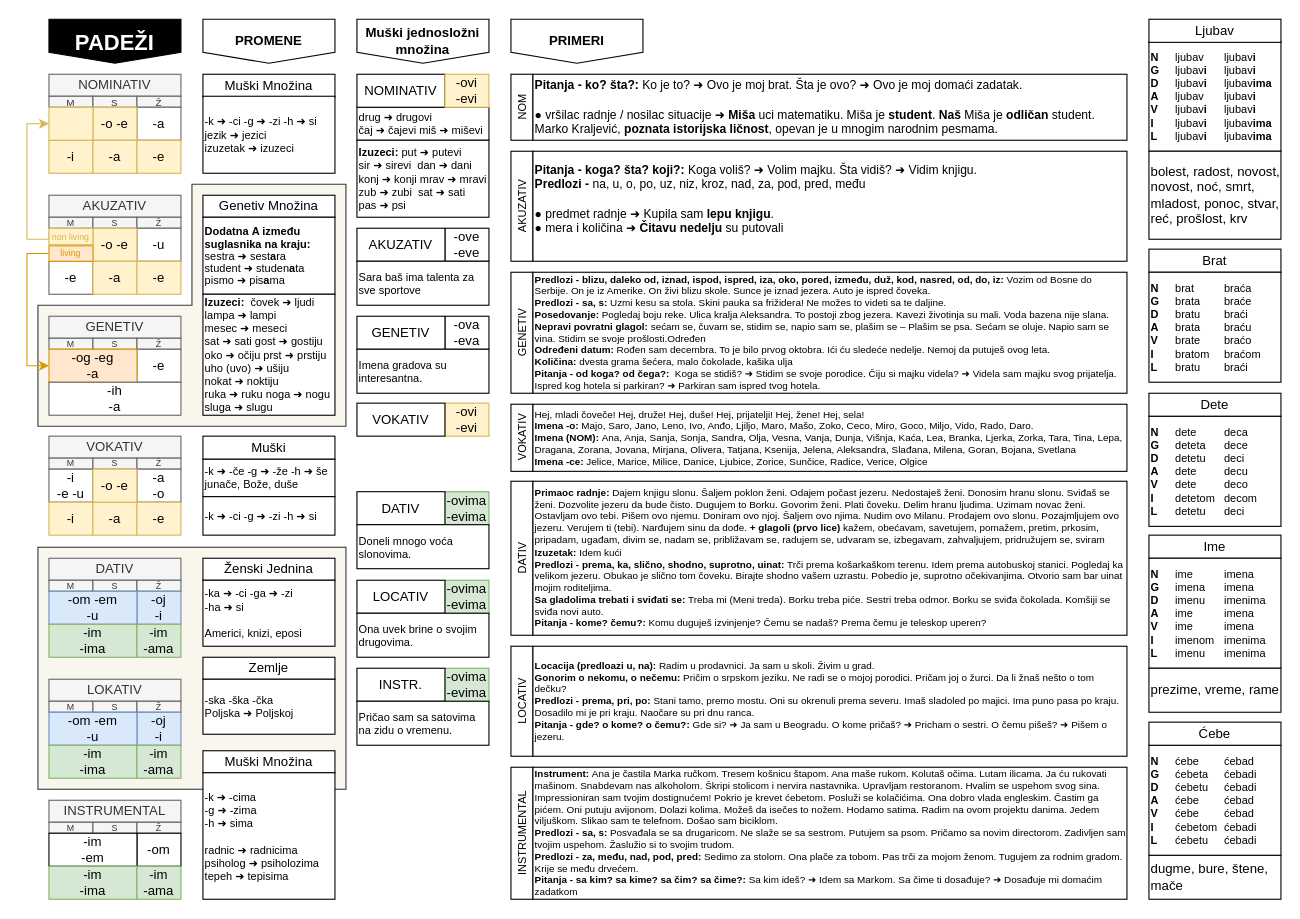
The draw.io diagram draws/padezi.drawio in vlandivir/srpski, before the edit. Source tidied: cells renumbered, new cells numbered last; positions are measured from the earlier drawing's top-left corner, leaving out a move shared by most shapes. Both pictures are drawn from the tidied source at 110%, with x=0, y=0 at pixel (26, 19).
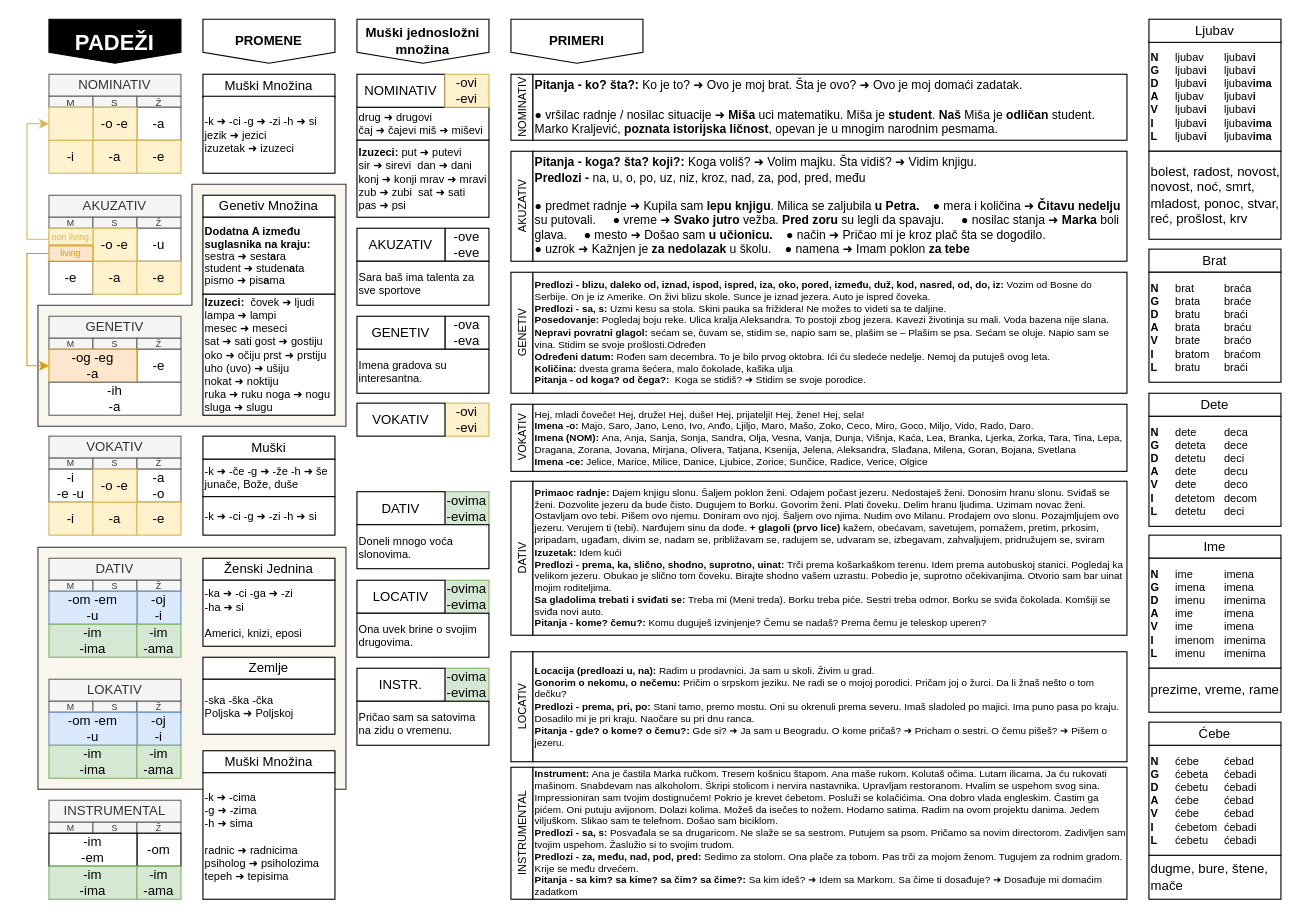
Above is the later version.

Commit message:
AKI on table

What changed in the source:
```diff
@@
-    <mxCell id="95" value="NOM" style="rounded=0;whiteSpace=wrap;html=1;fontSize=10;horizontal=0;" parent="1" vertex="1">
+    <mxCell id="95" value="NOMINATIV" style="rounded=0;whiteSpace=wrap;html=1;fontSize=10;horizontal=0;" parent="1" vertex="1">
       <mxGeometry x="440" y="50" width="20" height="60" as="geometry" />
     </mxCell>
@@
     <mxCell id="100" value="LOCATIV" style="rounded=0;whiteSpace=wrap;html=1;fontSize=10;horizontal=0;" parent="1" vertex="1">
-      <mxGeometry x="440" y="570" width="20" height="100" as="geometry" />
+      <mxGeometry x="440" y="575" width="20" height="100" as="geometry" />
     </mxCell>
@@
-    <mxCell id="106" value="&lt;b style=&quot;font-size: 9px;&quot;&gt;Predlozi -&amp;nbsp;&lt;/b&gt;&lt;b&gt;blizu, daleko od, iznad, ispod, ispred, iza, oko, pored, između, duž, kod, nasred, od, do, iz:&lt;/b&gt;&amp;nbsp;Vozim od Bosne do Serbije. On je iz Amerike. On živi blizu skole. Sunce je iznad jezera. Auto je ispred čoveka.&amp;nbsp;&lt;br&gt;&lt;b style=&quot;border-color: var(--border-color);&quot;&gt;Predlozi - sa, s: &lt;/b&gt;&lt;span style=&quot;border-color: var(--border-color);&quot;&gt;Uzmi kesu sa stola. Skini pauka sa frižidera! Ne možes to videti sa te daljine.&lt;/span&gt;&lt;b style=&quot;border-color: var(--border-color);&quot;&gt;&amp;nbsp;&lt;/b&gt;&lt;br style=&quot;font-size: 9px;&quot;&gt;&lt;b style=&quot;font-size: 9px;&quot;&gt;Posedovanje: &lt;/b&gt;Pogledaj boju reke. Ulica kralja Aleksandra. To postoji zbog jezera. Kavezi životinja su mali. Voda bazena nije slana.&lt;br style=&quot;font-size: 9px;&quot;&gt;&lt;b style=&quot;font-size: 9px;&quot;&gt;Nepravi povratni glagol: &lt;/b&gt;sećam se, čuvam se, stidim se, napio sam se, plašim se – Plašim se psa. Sećam se oluje. Napio sam se vina. Stidim se svoje prošlosti.Određen&lt;br style=&quot;font-size: 9px;&quot;&gt;&lt;b style=&quot;font-size: 9px;&quot;&gt;Određeni&lt;/b&gt;&amp;nbsp;&lt;b style=&quot;font-size: 9px;&quot;&gt;datum: &lt;/b&gt;Ro&lt;span style=&quot;border-color: var(--border-color); font-size: 9px;&quot;&gt;đen sam decembra. To je bilo prvog oktobra. Ići ću sledeće nedelje. Nemoj da putuješ ovog leta.&lt;br style=&quot;font-size: 9px;&quot;&gt;&lt;/span&gt;&lt;b style=&quot;font-size: 9px;&quot;&gt;Količina:&lt;/b&gt; dvesta grama šećera, malo čokolade, kašika ulja&lt;br style=&quot;font-size: 9px;&quot;&gt;&lt;b style=&quot;font-size: 9px;&quot;&gt;Pitanja - od koga? od čega?:&amp;nbsp; &lt;/b&gt;Koga se stidiš? ➜ Stidim se svoje porodice. Čiju si majku videla? ➜ Videla sam majku svog prijatelja. Ispred kog hotela si parkiran? ➜ Parkiran sam ispred tvog hotela." style="rounded=0;whiteSpace=wrap;html=1;align=left;fontSize=9;" parent="1" vertex="1">
+    <mxCell id="106" value="&lt;b style=&quot;font-size: 9px;&quot;&gt;Predlozi -&amp;nbsp;&lt;/b&gt;&lt;b&gt;blizu, daleko od, iznad, ispod, ispred, iza, oko, pored, između, duž, kod, nasred, od, do, iz:&lt;/b&gt;&amp;nbsp;Vozim od Bosne do Serbije. On je iz Amerike. On živi blizu skole. Sunce je iznad jezera. Auto je ispred čoveka.&amp;nbsp;&lt;br&gt;&lt;b style=&quot;border-color: var(--border-color);&quot;&gt;Predlozi - sa, s: &lt;/b&gt;&lt;span style=&quot;border-color: var(--border-color);&quot;&gt;Uzmi kesu sa stola. Skini pauka sa frižidera! Ne možes to videti sa te daljine.&lt;/span&gt;&lt;b style=&quot;border-color: var(--border-color);&quot;&gt;&amp;nbsp;&lt;/b&gt;&lt;br style=&quot;font-size: 9px;&quot;&gt;&lt;b style=&quot;font-size: 9px;&quot;&gt;Posedovanje: &lt;/b&gt;Pogledaj boju reke. Ulica kralja Aleksandra. To postoji zbog jezera. Kavezi životinja su mali. Voda bazena nije slana.&lt;br style=&quot;font-size: 9px;&quot;&gt;&lt;b style=&quot;font-size: 9px;&quot;&gt;Nepravi povratni glagol: &lt;/b&gt;sećam se, čuvam se, stidim se, napio sam se, plašim se – Plašim se psa. Sećam se oluje. Napio sam se vina. Stidim se svoje prošlosti.Određen&lt;br style=&quot;font-size: 9px;&quot;&gt;&lt;b style=&quot;font-size: 9px;&quot;&gt;Određeni&lt;/b&gt;&amp;nbsp;&lt;b style=&quot;font-size: 9px;&quot;&gt;datum: &lt;/b&gt;Ro&lt;span style=&quot;border-color: var(--border-color); font-size: 9px;&quot;&gt;đen sam decembra. To je bilo prvog oktobra. Ići ću sledeće nedelje. Nemoj da putuješ ovog leta.&lt;br style=&quot;font-size: 9px;&quot;&gt;&lt;/span&gt;&lt;b style=&quot;font-size: 9px;&quot;&gt;Količina:&lt;/b&gt; dvesta grama šećera, malo čokolade, kašika ulja&lt;br style=&quot;font-size: 9px;&quot;&gt;&lt;b style=&quot;font-size: 9px;&quot;&gt;Pitanja - od koga? od čega?:&amp;nbsp; &lt;/b&gt;Koga se stidiš? ➜ Stidim se svoje porodice.&amp;nbsp;" style="rounded=0;whiteSpace=wrap;html=1;align=left;fontSize=9;" parent="1" vertex="1">
       <mxGeometry x="460" y="230" width="540" height="110" as="geometry" />
     </mxCell>
@@
-    <mxCell id="111" value="&lt;font style=&quot;font-size: 11px;&quot;&gt;&lt;font face=&quot;Helvetica&quot;&gt;&lt;font style=&quot;font-size: 11px;&quot;&gt;&lt;b style=&quot;border-color: var(--border-color);&quot;&gt;&lt;font style=&quot;font-size: 11px;&quot;&gt;Pitanja - koga? šta? koji?:&lt;/font&gt;&amp;nbsp;&lt;/b&gt;Koga voliš? ➜ Volim majku. Šta vidiš? ➜ Vidim knjigu.&amp;nbsp;&lt;br&gt;&lt;b style=&quot;&quot;&gt;Predlozi -&amp;nbsp;&lt;/b&gt;&lt;/font&gt;na, u, o, po, uz, niz, kroz, nad, za, pod, pred, među&lt;br style=&quot;&quot;&gt;&lt;span style=&quot;&quot;&gt;&lt;br&gt;● predmet radnje&amp;nbsp;➜&amp;nbsp;Kupila sam &lt;/span&gt;&lt;b style=&quot;&quot;&gt;lepu knjigu&lt;/b&gt;. &lt;br&gt;●&amp;nbsp;&lt;font style=&quot;font-size: 11px;&quot;&gt;mera i količina&amp;nbsp;&lt;/font&gt;➜&amp;nbsp;&lt;font style=&quot;font-size: 11px;&quot;&gt;&lt;b&gt;Čitavu nedelju&lt;/b&gt; su putovali&lt;br&gt;&lt;/font&gt;&lt;/font&gt;&lt;br style=&quot;&quot;&gt;&lt;/font&gt;&lt;span style=&quot;font-size: 10px;&quot;&gt;&lt;/span&gt;" style="rounded=0;whiteSpace=wrap;html=1;align=left;fontSize=10;" parent="1" vertex="1">
+    <mxCell id="111" value="&lt;font style=&quot;font-size: 11px;&quot;&gt;&lt;font style=&quot;font-size: 11px;&quot; face=&quot;Helvetica&quot;&gt;&lt;font style=&quot;font-size: 11px;&quot;&gt;&lt;b style=&quot;border-color: var(--border-color);&quot;&gt;&lt;font style=&quot;font-size: 11px;&quot;&gt;Pitanja - koga? šta? koji?:&lt;/font&gt;&amp;nbsp;&lt;/b&gt;Koga voliš? ➜ Volim majku. Šta vidiš? ➜ Vidim knjigu.&amp;nbsp;&lt;br&gt;&lt;b style=&quot;&quot;&gt;Predlozi -&amp;nbsp;&lt;/b&gt;&lt;/font&gt;&lt;span style=&quot;font-size: 11px;&quot;&gt;na, u, o, po, uz, niz, kroz, nad, za, pod, pred, među&lt;/span&gt;&lt;br style=&quot;&quot;&gt;&lt;br&gt;&lt;font style=&quot;font-size: 11px;&quot;&gt;● predmet radnje&amp;nbsp;➜&amp;nbsp;Kupila sam &lt;b style=&quot;&quot;&gt;lepu knjigu&lt;/b&gt;. Milica se zaljubila &lt;b&gt;u Petra.&amp;nbsp; &amp;nbsp;&amp;nbsp;&lt;/b&gt;&lt;/font&gt;&lt;/font&gt;&lt;font style=&quot;font-size: 11px;&quot;&gt;&lt;font style=&quot;font-size: 11px;&quot; face=&quot;Helvetica&quot;&gt;●&amp;nbsp;&lt;font style=&quot;font-size: 11px;&quot;&gt;mera i količina&amp;nbsp;&lt;/font&gt;➜&amp;nbsp;&lt;font style=&quot;font-size: 11px;&quot;&gt;&lt;b&gt;Čitavu nedelju&lt;/b&gt; su putovali.&lt;span style=&quot;&quot;&gt;&lt;span style=&quot;&quot;&gt;&amp;nbsp; &amp;nbsp; &amp;nbsp;&lt;/span&gt;&lt;/span&gt;&lt;/font&gt;&lt;/font&gt;● vreme&lt;font style=&quot;border-color: var(--border-color); font-size: 11px;&quot;&gt;&amp;nbsp;&lt;/font&gt;➜ &lt;b style=&quot;&quot;&gt;Svako jutro &lt;/b&gt;vežba. &lt;b style=&quot;&quot;&gt;Pred zoru &lt;/b&gt;su legli da spavaju.&amp;nbsp; &amp;nbsp; &amp;nbsp;● nosilac stanja&lt;font style=&quot;border-color: var(--border-color); font-size: 11px;&quot;&gt;&amp;nbsp;&lt;/font&gt;➜ &lt;b style=&quot;&quot;&gt;Marka &lt;/b&gt;boli glava.&amp;nbsp; &amp;nbsp; &amp;nbsp;&lt;/font&gt;&lt;/font&gt;&lt;font style=&quot;font-size: 11px;&quot;&gt;&lt;font style=&quot;font-size: 11px;&quot;&gt;● mesto&lt;font style=&quot;border-color: var(--border-color); font-size: 11px;&quot;&gt;&amp;nbsp;&lt;/font&gt;➜ Došao sam&lt;b&gt; u učionicu.&amp;nbsp; &amp;nbsp;&amp;nbsp;&lt;/b&gt;&lt;/font&gt;● način&amp;nbsp;➜ Pričao mi je kroz plač šta se dogodilo.&lt;br&gt;● uzrok&amp;nbsp;➜ Kažnjen je &lt;b style=&quot;&quot;&gt;za nedolazak&lt;/b&gt; u školu.&amp;nbsp; &amp;nbsp; ● namena&lt;font style=&quot;border-color: var(--border-color); font-size: 11px;&quot;&gt;&amp;nbsp;&lt;/font&gt;➜ Imam poklon &lt;b style=&quot;&quot;&gt;za tebe&lt;/b&gt;&lt;/font&gt;&lt;span style=&quot;font-size: 10px;&quot;&gt;&lt;/span&gt;" style="rounded=0;whiteSpace=wrap;html=1;align=left;fontSize=10;" parent="1" vertex="1">
       <mxGeometry x="460" y="120" width="540" height="100" as="geometry" />
     </mxCell>
@@
     <mxCell id="121" value="&lt;b style=&quot;font-size: 9px;&quot;&gt;Locacija (predloazi u, na): &lt;/b&gt;&lt;span style=&quot;font-size: 9px;&quot;&gt;Radim u prodavnici. Ja sam u skoli. Živim u grad.&lt;br&gt;&lt;/span&gt;&lt;b style=&quot;font-size: 9px;&quot;&gt;Gonorim o nekomu, o nečemu: &lt;/b&gt;Pričim o srpskom jeziku. Ne radi se o mojoj porodici. Pričam joj o žurci. Da li žnaš nešto o tom dečku?&lt;br&gt;&lt;b style=&quot;font-size: 9px;&quot;&gt;Predlozi - prema, pri, po: &lt;/b&gt;Stani tamo, premo mostu. Oni su okrenuli prema severu. Imaš sladoled po majici. Ima puno pasa po kraju. Dosadilo mi je pri kraju. Naočare su pri dnu ranca.&lt;br&gt;&lt;b style=&quot;font-size: 9px;&quot;&gt;Pitanja - gde? o kome? o čemu?: &lt;/b&gt;Gde si? ➜ Ja sam u Beogradu. O kome pričaš?&amp;nbsp;➜ Pricham o sestri. O čemu pišeš?&amp;nbsp;➜ Pišem o jezeru." style="rounded=0;whiteSpace=wrap;html=1;align=left;fontSize=9;" parent="1" vertex="1">
-      <mxGeometry x="460" y="570" width="540" height="100" as="geometry" />
+      <mxGeometry x="460" y="575" width="540" height="100" as="geometry" />
     </mxCell>
```
